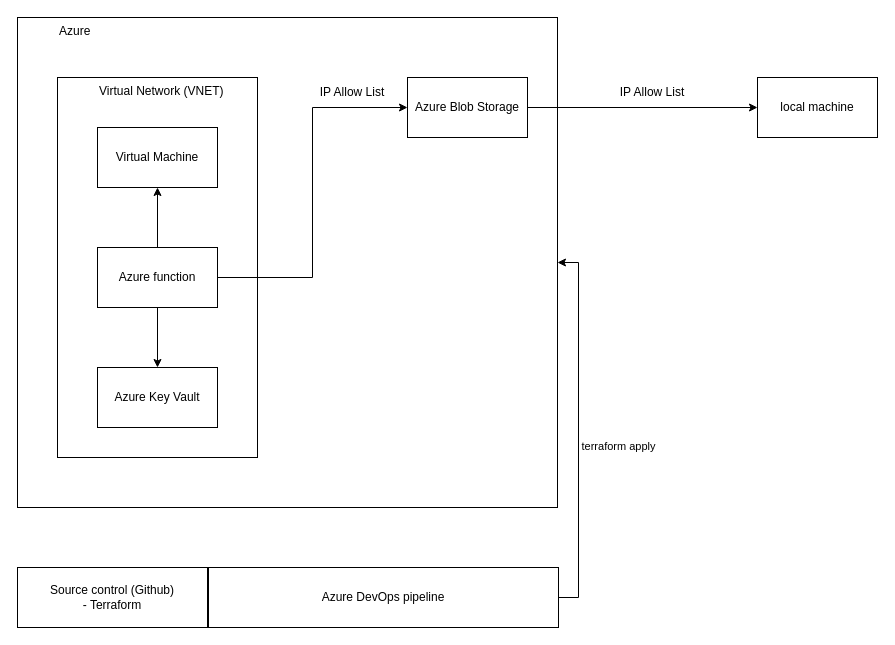
The draw.io diagram docs/assets/diagrams.drawio in agu3rra/devsecops-workshop, before the edit. Source tidied: cells renumbered, new cells numbered last; positions are measured from the earlier drawing's top-left corner, leaving out a move shared by most shapes. Both pictures are drawn from the tidied source at 100%, with x=0, y=0 at pixel (17, 17).
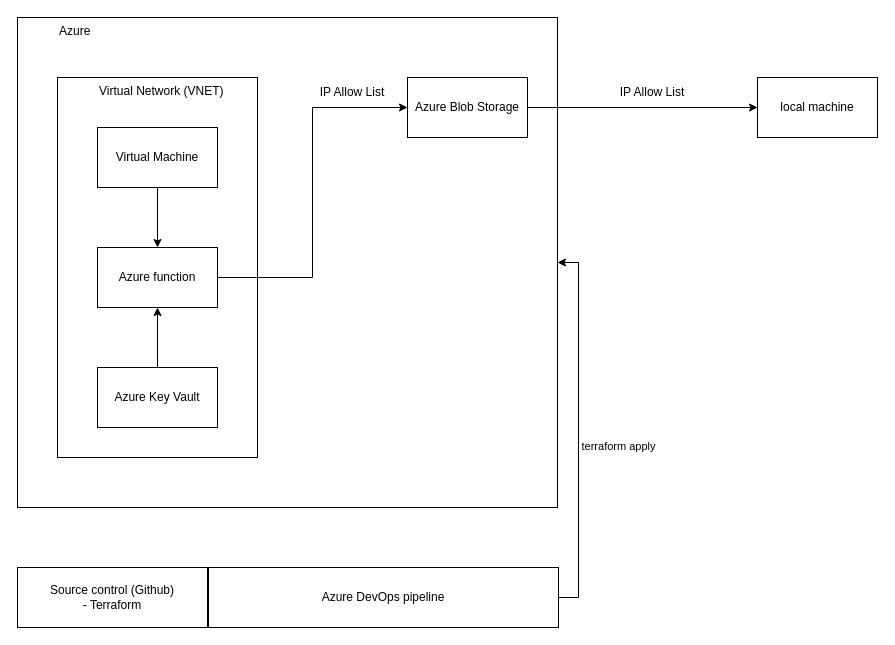
Above is the later version.

The change refers to these unchanged cells:
```xml
<mxCell id="2" style="group;" parent="1" vertex="1">
  <mxGeometry width="540" height="490" as="geometry" />
</mxCell>
<mxCell id="5" value="Virtual Machine" style="rounded=0;whiteSpace=wrap;html=1;" parent="2" vertex="1">
  <mxGeometry x="80" y="110" width="120" height="60" as="geometry" />
</mxCell>
<mxCell id="10" value="Azure function" style="rounded=0;whiteSpace=wrap;html=1;" parent="2" vertex="1">
  <mxGeometry x="80" y="230" width="120" height="60" as="geometry" />
</mxCell>
<mxCell id="11" value="Azure Key Vault" style="rounded=0;whiteSpace=wrap;html=1;" parent="2" vertex="1">
  <mxGeometry x="80" y="350" width="120" height="60" as="geometry" />
</mxCell>
```

Diff of the diagram source:
```diff
@@
+    <mxCell id="20" style="edgeStyle=orthogonalEdgeStyle;rounded=0;jettySize=auto;html=1;exitX=0.5;exitY=1;exitDx=0;exitDy=0;entryX=0.5;entryY=0;entryDx=0;entryDy=0;" parent="2" edge="1" source="5" target="10">
+      <mxGeometry relative="1" as="geometry" />
+    </mxCell>
@@
-    <mxCell id="9" style="edgeStyle=orthogonalEdgeStyle;rounded=0;jettySize=auto;html=1;exitX=0.5;exitY=0;exitDx=0;exitDy=0;" parent="2" edge="1" source="10" target="5">
-      <mxGeometry relative="1" as="geometry" />
-    </mxCell>
@@
+    <mxCell id="21" style="edgeStyle=orthogonalEdgeStyle;rounded=0;jettySize=auto;html=1;exitX=0.5;exitY=0;exitDx=0;exitDy=0;" parent="2" edge="1" source="11" target="10">
+      <mxGeometry relative="1" as="geometry" />
+    </mxCell>
@@
-    <mxCell id="12" style="edgeStyle=orthogonalEdgeStyle;rounded=0;jettySize=auto;html=1;exitX=0.5;exitY=1;exitDx=0;exitDy=0;" parent="2" edge="1" source="10" target="11">
-      <mxGeometry relative="1" as="geometry" />
-    </mxCell>
```
